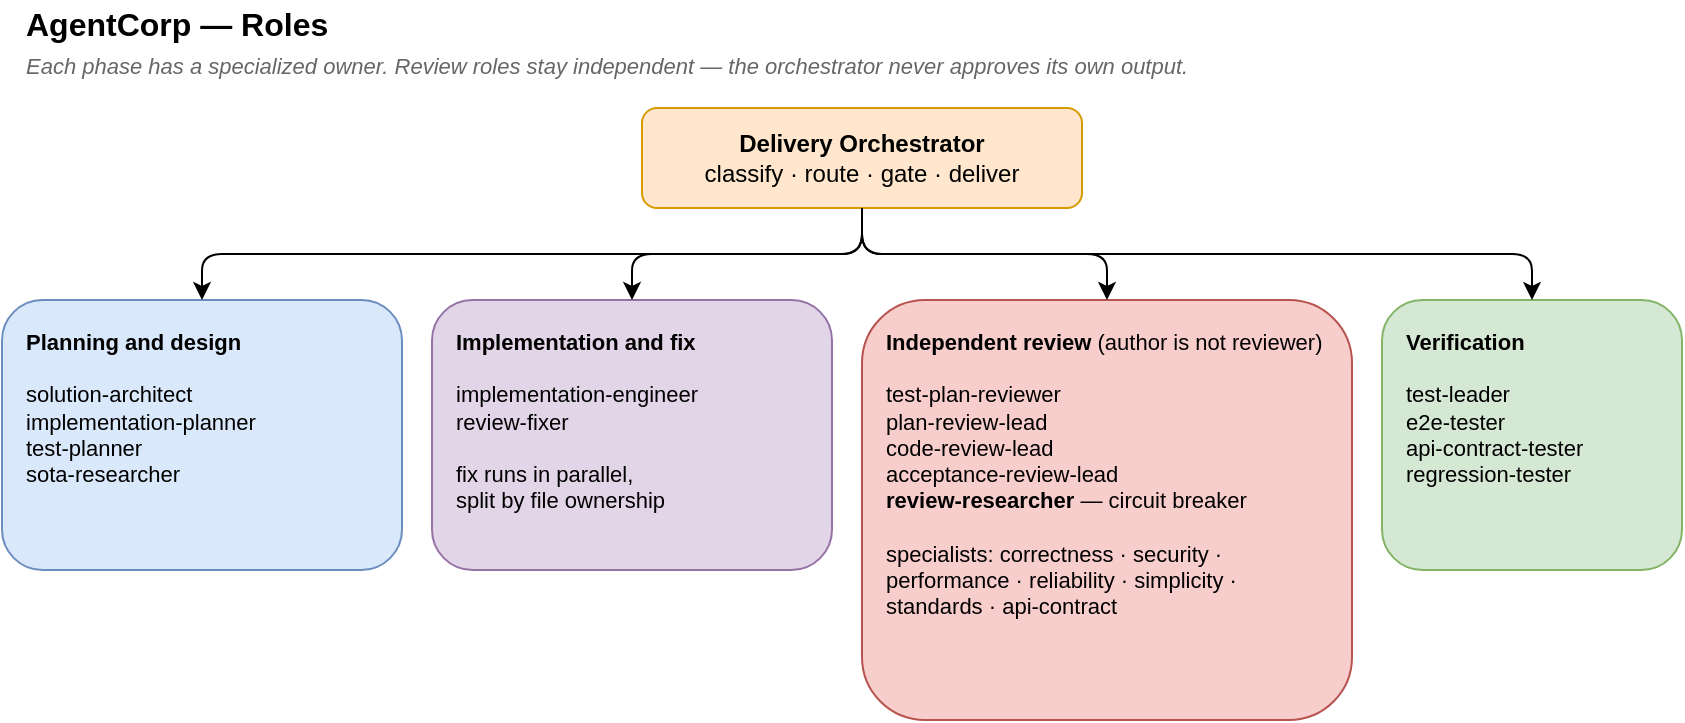
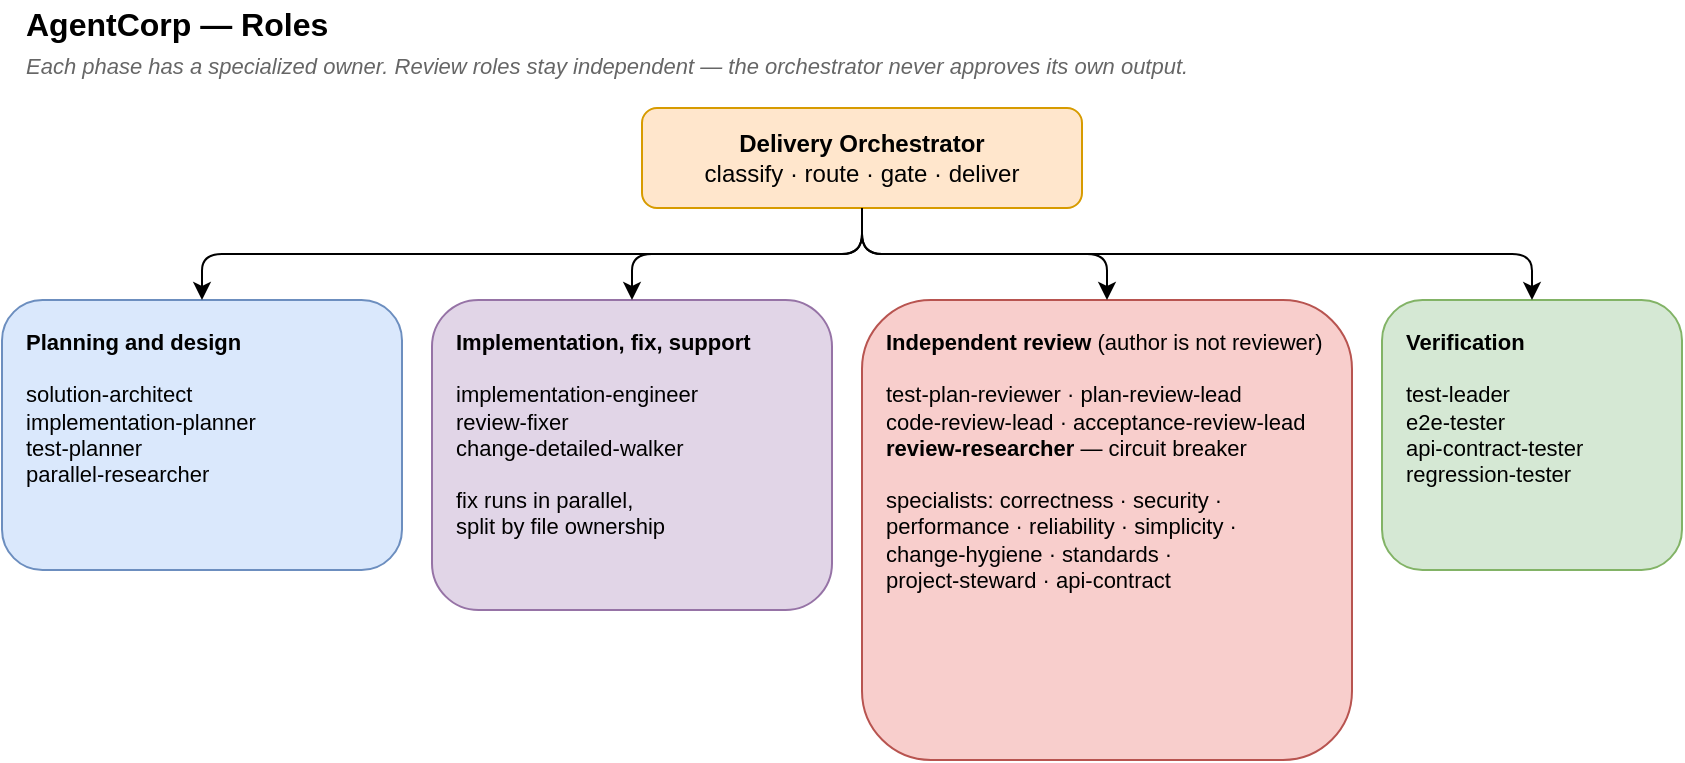
<mxGraphModel dx="900" dy="700" grid="1" gridSize="10" guides="1" tooltips="1" connect="1" arrows="1" fold="1" page="1" pageScale="1" pageWidth="900" pageHeight="430" math="0" shadow="0">
  <root>
    <mxCell id="0"/>
    <mxCell id="1" parent="0"/>
    <mxCell id="title" value="AgentCorp — Roles" style="text;html=1;align=left;verticalAlign=middle;fontSize=16;fontStyle=1;" vertex="1" parent="1"><mxGeometry x="40" y="10" width="500" height="24" as="geometry"/></mxCell>
    <mxCell id="sub" value="Each phase has a specialized owner. Review roles stay independent — the orchestrator never approves its own output." style="text;html=1;align=left;verticalAlign=middle;fontSize=11;fontStyle=2;fontColor=#666666;" vertex="1" parent="1"><mxGeometry x="40" y="34" width="820" height="18" as="geometry"/></mxCell>
    <mxCell id="orch" value="&lt;b&gt;Delivery Orchestrator&lt;/b&gt;&lt;br&gt;classify · route · gate · deliver" style="rounded=1;whiteSpace=wrap;html=1;fillColor=#ffe6cc;strokeColor=#d79b00;fontSize=12;" vertex="1" parent="1"><mxGeometry x="350" y="64" width="220" height="50" as="geometry"/></mxCell>
-     <mxCell id="pa" value="&lt;b&gt;Planning and design&lt;/b&gt;&lt;br&gt;&lt;br&gt;solution-architect&lt;br&gt;implementation-planner&lt;br&gt;test-planner&lt;br&gt;sota-researcher" style="rounded=1;whiteSpace=wrap;html=1;align=left;verticalAlign=top;spacingLeft=10;spacingTop=8;fillColor=#dae8fc;strokeColor=#6c8ebf;fontSize=11;" vertex="1" parent="1"><mxGeometry x="30" y="160" width="200" height="135" as="geometry"/></mxCell>
-     <mxCell id="pb" value="&lt;b&gt;Implementation and fix&lt;/b&gt;&lt;br&gt;&lt;br&gt;implementation-engineer&lt;br&gt;review-fixer&lt;br&gt;&lt;br&gt;fix runs in parallel,&lt;br&gt;split by file ownership" style="rounded=1;whiteSpace=wrap;html=1;align=left;verticalAlign=top;spacingLeft=10;spacingTop=8;fillColor=#e1d5e7;strokeColor=#9673a6;fontSize=11;" vertex="1" parent="1"><mxGeometry x="245" y="160" width="200" height="135" as="geometry"/></mxCell>
-     <mxCell id="pc" value="&lt;b&gt;Independent review&lt;/b&gt; (author is not reviewer)&lt;br&gt;&lt;br&gt;test-plan-reviewer&lt;br&gt;plan-review-lead&lt;br&gt;code-review-lead&lt;br&gt;acceptance-review-lead&lt;br&gt;&lt;b&gt;review-researcher&lt;/b&gt; — circuit breaker&lt;br&gt;&lt;br&gt;specialists: correctness · security ·&lt;br&gt;performance · reliability · simplicity ·&lt;br&gt;standards · api-contract" style="rounded=1;whiteSpace=wrap;html=1;align=left;verticalAlign=top;spacingLeft=10;spacingTop=8;fillColor=#f8cecc;strokeColor=#b85450;fontSize=11;" vertex="1" parent="1"><mxGeometry x="460" y="160" width="245" height="210" as="geometry"/></mxCell>
+     <mxCell id="pa" value="&lt;b&gt;Planning and design&lt;/b&gt;&lt;br&gt;&lt;br&gt;solution-architect&lt;br&gt;implementation-planner&lt;br&gt;test-planner&lt;br&gt;parallel-researcher" style="rounded=1;whiteSpace=wrap;html=1;align=left;verticalAlign=top;spacingLeft=10;spacingTop=8;fillColor=#dae8fc;strokeColor=#6c8ebf;fontSize=11;" vertex="1" parent="1"><mxGeometry x="30" y="160" width="200" height="135" as="geometry"/></mxCell>
+     <mxCell id="pb" value="&lt;b&gt;Implementation, fix, support&lt;/b&gt;&lt;br&gt;&lt;br&gt;implementation-engineer&lt;br&gt;review-fixer&lt;br&gt;change-detailed-walker&lt;br&gt;&lt;br&gt;fix runs in parallel,&lt;br&gt;split by file ownership" style="rounded=1;whiteSpace=wrap;html=1;align=left;verticalAlign=top;spacingLeft=10;spacingTop=8;fillColor=#e1d5e7;strokeColor=#9673a6;fontSize=11;" vertex="1" parent="1"><mxGeometry x="245" y="160" width="200" height="155" as="geometry"/></mxCell>
+     <mxCell id="pc" value="&lt;b&gt;Independent review&lt;/b&gt; (author is not reviewer)&lt;br&gt;&lt;br&gt;test-plan-reviewer · plan-review-lead&lt;br&gt;code-review-lead · acceptance-review-lead&lt;br&gt;&lt;b&gt;review-researcher&lt;/b&gt; — circuit breaker&lt;br&gt;&lt;br&gt;specialists: correctness · security ·&lt;br&gt;performance · reliability · simplicity ·&lt;br&gt;change-hygiene · standards ·&lt;br&gt;project-steward · api-contract" style="rounded=1;whiteSpace=wrap;html=1;align=left;verticalAlign=top;spacingLeft=10;spacingTop=8;fillColor=#f8cecc;strokeColor=#b85450;fontSize=11;" vertex="1" parent="1"><mxGeometry x="460" y="160" width="245" height="230" as="geometry"/></mxCell>
    <mxCell id="pd" value="&lt;b&gt;Verification&lt;/b&gt;&lt;br&gt;&lt;br&gt;test-leader&lt;br&gt;e2e-tester&lt;br&gt;api-contract-tester&lt;br&gt;regression-tester" style="rounded=1;whiteSpace=wrap;html=1;align=left;verticalAlign=top;spacingLeft=10;spacingTop=8;fillColor=#d5e8d4;strokeColor=#82b366;fontSize=11;" vertex="1" parent="1"><mxGeometry x="720" y="160" width="150" height="135" as="geometry"/></mxCell>
    <mxCell id="ea" style="edgeStyle=orthogonalEdgeStyle;rounded=1;html=1;endArrow=classic;exitX=0.5;exitY=1;entryX=0.5;entryY=0;" edge="1" parent="1" source="orch" target="pa"><mxGeometry relative="1" as="geometry"/></mxCell>
    <mxCell id="eb" style="edgeStyle=orthogonalEdgeStyle;rounded=1;html=1;endArrow=classic;exitX=0.5;exitY=1;entryX=0.5;entryY=0;" edge="1" parent="1" source="orch" target="pb"><mxGeometry relative="1" as="geometry"/></mxCell>
    <mxCell id="ec" style="edgeStyle=orthogonalEdgeStyle;rounded=1;html=1;endArrow=classic;exitX=0.5;exitY=1;entryX=0.5;entryY=0;" edge="1" parent="1" source="orch" target="pc"><mxGeometry relative="1" as="geometry"/></mxCell>
    <mxCell id="ed" style="edgeStyle=orthogonalEdgeStyle;rounded=1;html=1;endArrow=classic;exitX=0.5;exitY=1;entryX=0.5;entryY=0;" edge="1" parent="1" source="orch" target="pd"><mxGeometry relative="1" as="geometry"/></mxCell>
  </root>
- </mxGraphModel>+ </mxGraphModel>
